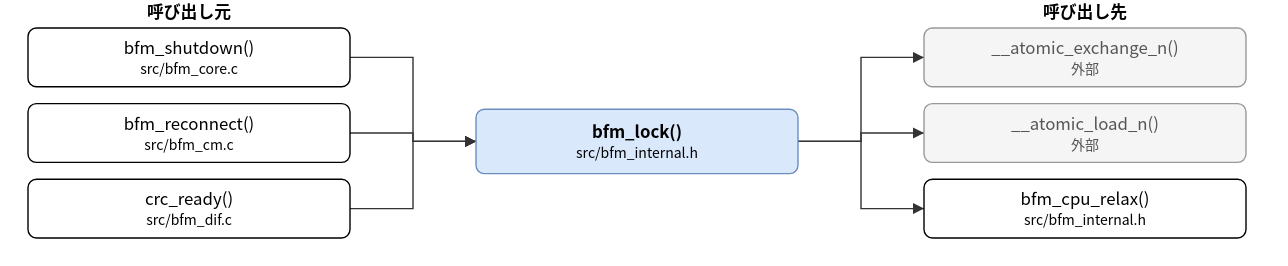
hf355051012-ai/bfmem keeps this draw.io diagram as doc/spec/images/call_src_bfm_internal-bfm_lock.drawio.svg. Above is the earlier version. Source tidied: cells renumbered, new cells last; positions are measured from the earlier drawing's top-left corner, leaving out a move shared by most shapes.
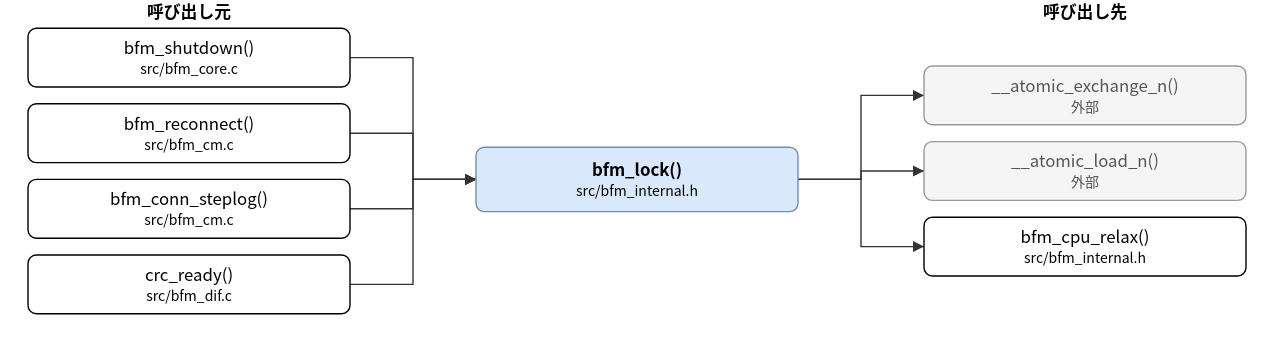
Above is the later version.

The edit, as a diff of the source:
```diff
@@ -3,7 +3,7 @@
     <mxCell id="0" />
     <mxCell id="1" parent="0" />
     <mxCell id="2" value="bfm_lock()&lt;br&gt;&lt;font style=&quot;font-size:10px&quot;&gt;src/bfm_internal.h&lt;/font&gt;" style="rounded=1;whiteSpace=wrap;html=1;fillColor=#dae8fc;strokeColor=#6c8ebf;fontStyle=1;" parent="1" vertex="1">
-      <mxGeometry x="320" y="78" width="230" height="46" as="geometry" />
+      <mxGeometry x="320" y="105" width="230" height="46" as="geometry" />
     </mxCell>
     <mxCell id="3" value="bfm_shutdown()&lt;br&gt;&lt;font style=&quot;font-size:10px&quot;&gt;src/bfm_core.c&lt;/font&gt;" style="rounded=1;whiteSpace=wrap;html=1;" parent="1" vertex="1">
       <mxGeometry y="20" width="230" height="42" as="geometry" />
@@ -11,23 +11,26 @@
     <mxCell id="4" value="bfm_reconnect()&lt;br&gt;&lt;font style=&quot;font-size:10px&quot;&gt;src/bfm_cm.c&lt;/font&gt;" style="rounded=1;whiteSpace=wrap;html=1;" parent="1" vertex="1">
       <mxGeometry y="74" width="230" height="42" as="geometry" />
     </mxCell>
-    <mxCell id="5" value="crc_ready()&lt;br&gt;&lt;font style=&quot;font-size:10px&quot;&gt;src/bfm_dif.c&lt;/font&gt;" style="rounded=1;whiteSpace=wrap;html=1;" parent="1" vertex="1">
+    <mxCell id="5" value="bfm_conn_steplog()&lt;br&gt;&lt;font style=&quot;font-size:10px&quot;&gt;src/bfm_cm.c&lt;/font&gt;" style="rounded=1;whiteSpace=wrap;html=1;" parent="1" vertex="1">
       <mxGeometry y="128" width="230" height="42" as="geometry" />
     </mxCell>
+    <mxCell id="17" value="crc_ready()&lt;br&gt;&lt;font style=&quot;font-size:10px&quot;&gt;src/bfm_dif.c&lt;/font&gt;" style="rounded=1;whiteSpace=wrap;html=1;" parent="1" vertex="1">
+      <mxGeometry y="182" width="230" height="42" as="geometry" />
+    </mxCell>
     <mxCell id="6" value="__atomic_exchange_n()&lt;br&gt;&lt;font style=&quot;font-size:10px&quot;&gt;外部&lt;/font&gt;" style="rounded=1;whiteSpace=wrap;html=1;fillColor=#f5f5f5;strokeColor=#999999;fontColor=#555555;" parent="1" vertex="1">
-      <mxGeometry x="640" y="20" width="230" height="42" as="geometry" />
+      <mxGeometry x="640" y="47" width="230" height="42" as="geometry" />
     </mxCell>
     <mxCell id="7" value="__atomic_load_n()&lt;br&gt;&lt;font style=&quot;font-size:10px&quot;&gt;外部&lt;/font&gt;" style="rounded=1;whiteSpace=wrap;html=1;fillColor=#f5f5f5;strokeColor=#999999;fontColor=#555555;" parent="1" vertex="1">
-      <mxGeometry x="640" y="74" width="230" height="42" as="geometry" />
+      <mxGeometry x="640" y="101" width="230" height="42" as="geometry" />
     </mxCell>
     <mxCell id="8" value="bfm_cpu_relax()&lt;br&gt;&lt;font style=&quot;font-size:10px&quot;&gt;src/bfm_internal.h&lt;/font&gt;" style="rounded=1;whiteSpace=wrap;html=1;" parent="1" vertex="1">
-      <mxGeometry x="640" y="128" width="230" height="42" as="geometry" />
+      <mxGeometry x="640" y="155" width="230" height="42" as="geometry" />
     </mxCell>
     <mxCell id="9" style="edgeStyle=none;html=1;rounded=0;endArrow=block;endFill=1;exitX=1.0000;exitY=0.5000;exitDx=0;exitDy=0;exitPerimeter=0;entryX=0.0000;entryY=0.5000;entryDx=0;entryDy=0;entryPerimeter=0;" parent="1" edge="1" source="3" target="2">
       <mxGeometry relative="1" as="geometry">
         <Array as="points">
           <mxPoint x="275" y="41" />
-          <mxPoint x="275" y="101" />
+          <mxPoint x="275" y="128" />
         </Array>
       </mxGeometry>
     </mxCell>
@@ -35,7 +38,7 @@
       <mxGeometry relative="1" as="geometry">
         <Array as="points">
           <mxPoint x="275" y="95" />
-          <mxPoint x="275" y="101" />
+          <mxPoint x="275" y="128" />
         </Array>
       </mxGeometry>
     </mxCell>
@@ -43,34 +46,42 @@
       <mxGeometry relative="1" as="geometry">
         <Array as="points">
           <mxPoint x="275" y="149" />
-          <mxPoint x="275" y="101" />
+          <mxPoint x="275" y="128" />
         </Array>
       </mxGeometry>
     </mxCell>
-    <mxCell id="12" style="edgeStyle=none;html=1;rounded=0;endArrow=block;endFill=1;exitX=1.0000;exitY=0.5000;exitDx=0;exitDy=0;exitPerimeter=0;entryX=0.0000;entryY=0.5000;entryDx=0;entryDy=0;entryPerimeter=0;" parent="1" edge="1" source="2" target="6">
+    <mxCell id="12" style="edgeStyle=none;html=1;rounded=0;endArrow=block;endFill=1;exitX=1.0000;exitY=0.5000;exitDx=0;exitDy=0;exitPerimeter=0;entryX=0.0000;entryY=0.5000;entryDx=0;entryDy=0;entryPerimeter=0;" parent="1" edge="1" source="17" target="2">
       <mxGeometry relative="1" as="geometry">
         <Array as="points">
-          <mxPoint x="595" y="101" />
-          <mxPoint x="595" y="41" />
+          <mxPoint x="275" y="203" />
+          <mxPoint x="275" y="128" />
         </Array>
       </mxGeometry>
     </mxCell>
-    <mxCell id="13" style="edgeStyle=none;html=1;rounded=0;endArrow=block;endFill=1;exitX=1.0000;exitY=0.5000;exitDx=0;exitDy=0;exitPerimeter=0;entryX=0.0000;entryY=0.5000;entryDx=0;entryDy=0;entryPerimeter=0;" parent="1" edge="1" source="2" target="7">
+    <mxCell id="13" style="edgeStyle=none;html=1;rounded=0;endArrow=block;endFill=1;exitX=1.0000;exitY=0.5000;exitDx=0;exitDy=0;exitPerimeter=0;entryX=0.0000;entryY=0.5000;entryDx=0;entryDy=0;entryPerimeter=0;" parent="1" edge="1" source="2" target="6">
       <mxGeometry relative="1" as="geometry">
         <Array as="points">
-          <mxPoint x="595" y="101" />
-          <mxPoint x="595" y="95" />
+          <mxPoint x="595" y="128" />
+          <mxPoint x="595" y="68" />
         </Array>
       </mxGeometry>
     </mxCell>
-    <mxCell id="14" style="edgeStyle=none;html=1;rounded=0;endArrow=block;endFill=1;exitX=1.0000;exitY=0.5000;exitDx=0;exitDy=0;exitPerimeter=0;entryX=0.0000;entryY=0.5000;entryDx=0;entryDy=0;entryPerimeter=0;" parent="1" edge="1" source="2" target="8">
+    <mxCell id="14" style="edgeStyle=none;html=1;rounded=0;endArrow=block;endFill=1;exitX=1.0000;exitY=0.5000;exitDx=0;exitDy=0;exitPerimeter=0;entryX=0.0000;entryY=0.5000;entryDx=0;entryDy=0;entryPerimeter=0;" parent="1" edge="1" source="2" target="7">
       <mxGeometry relative="1" as="geometry">
         <Array as="points">
-          <mxPoint x="595" y="101" />
-          <mxPoint x="595" y="149" />
+          <mxPoint x="595" y="128" />
+          <mxPoint x="595" y="122" />
         </Array>
       </mxGeometry>
     </mxCell>
+    <mxCell id="18" style="edgeStyle=none;html=1;rounded=0;endArrow=block;endFill=1;exitX=1.0000;exitY=0.5000;exitDx=0;exitDy=0;exitPerimeter=0;entryX=0.0000;entryY=0.5000;entryDx=0;entryDy=0;entryPerimeter=0;" parent="1" edge="1" source="2" target="8">
+      <mxGeometry relative="1" as="geometry">
+        <Array as="points">
+          <mxPoint x="595" y="128" />
+          <mxPoint x="595" y="176" />
+        </Array>
+      </mxGeometry>
+    </mxCell>
     <mxCell id="15" value="呼び出し元" style="text;html=1;align=center;fontStyle=1;" parent="1" vertex="1">
       <mxGeometry x="35" width="160" height="18" as="geometry" />
     </mxCell>
```
